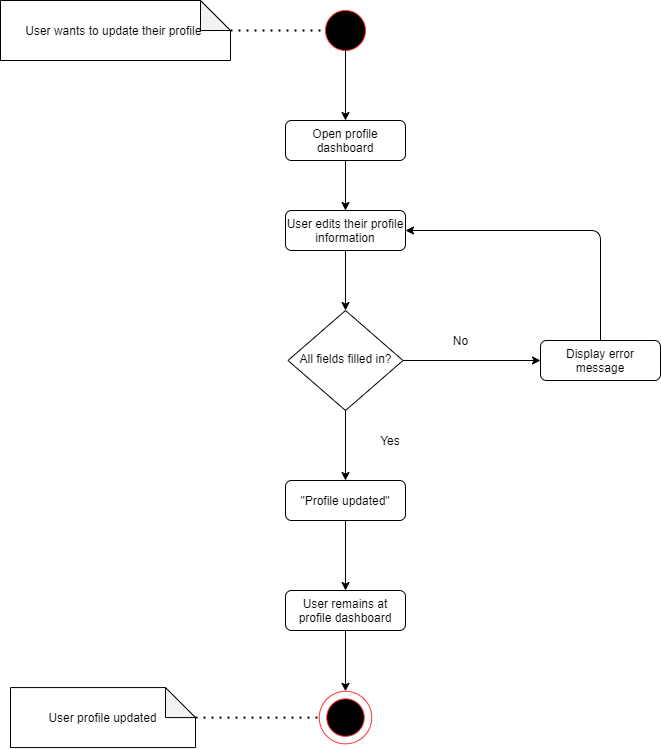
Earlier version of the draw.io export diagrams/Process/Activity/Edit Profile.png (faisal2754/Web-Data-Labelling). Source tidied: cells renumbered, new cells last; positions are measured from the earlier drawing's top-left corner, leaving out a move shared by most shapes.
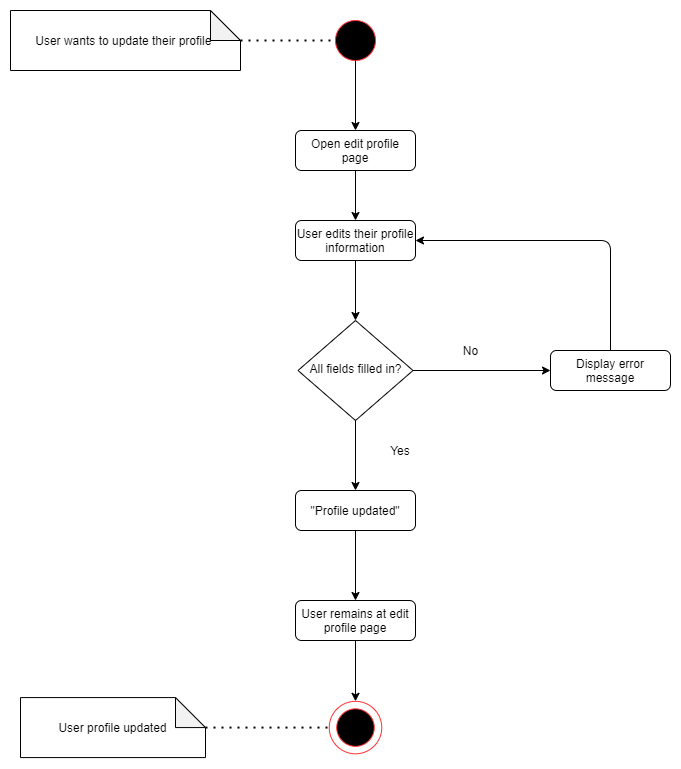
Above is the later version.

Commit message:
Updated edit profile activity diagram

The edit, as a diff of the source:
```diff
@@ -2,7 +2,7 @@
   <root>
     <mxCell id="0" />
     <mxCell id="1" parent="0" />
-    <mxCell id="2" value="Open profile dashboard" style="rounded=1;whiteSpace=wrap;html=1;fontSize=12;glass=0;strokeWidth=1;shadow=0;" parent="1" vertex="1">
+    <mxCell id="2" value="Open edit profile page" style="rounded=1;whiteSpace=wrap;html=1;fontSize=12;glass=0;strokeWidth=1;shadow=0;" parent="1" vertex="1">
       <mxGeometry x="285" y="120" width="120" height="40" as="geometry" />
     </mxCell>
     <mxCell id="3" value="All fields filled in?" style="rhombus;whiteSpace=wrap;html=1;shadow=0;fontFamily=Helvetica;fontSize=12;align=center;strokeWidth=1;spacing=6;spacingTop=-4;" parent="1" vertex="1">
@@ -39,7 +39,7 @@
     <mxCell id="12" value="No" style="text;html=1;align=center;verticalAlign=middle;strokeColor=none;" parent="1" vertex="1">
       <mxGeometry x="445" y="330" width="30" height="20" as="geometry" />
     </mxCell>
-    <mxCell id="13" value="User remains at profile dashboard" style="rounded=1;whiteSpace=wrap;html=1;fillColor=#FFFFFF;" parent="1" vertex="1">
+    <mxCell id="13" value="User remains at edit profile page" style="rounded=1;whiteSpace=wrap;html=1;fillColor=#FFFFFF;" parent="1" vertex="1">
       <mxGeometry x="285" y="590" width="120" height="40" as="geometry" />
     </mxCell>
     <mxCell id="14" style="endArrow=classic;html=1;exitX=0.5;exitY=1;exitDx=0;exitDy=0;entryX=0.5;entryY=0;entryDx=0;entryDy=0;" parent="1" edge="1" source="8" target="2">
```
